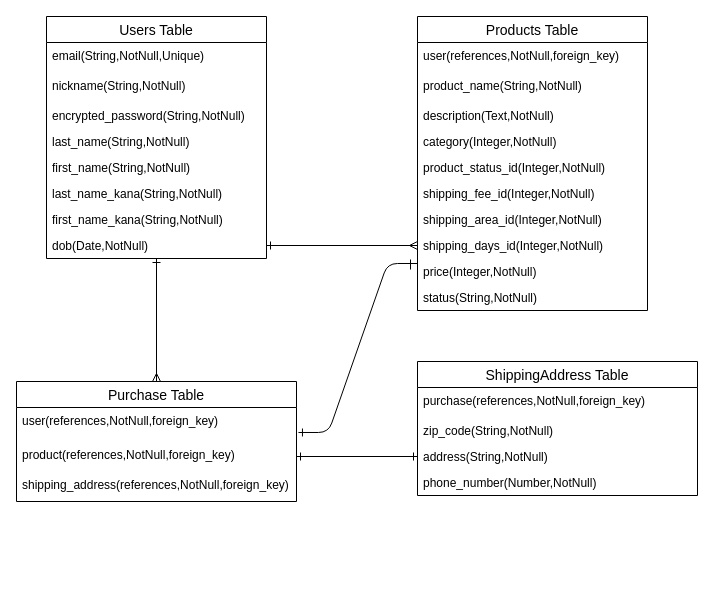
yogurt-mr/furima-38039 keeps this draw.io diagram as er.dio. Above is the earlier version. Source tidied: cells renumbered, new cells numbered last; positions are measured from the earlier drawing's top-left corner, leaving out a move shared by most shapes. Both pictures are drawn from the tidied source at 100%, with x=0, y=0 at pixel (16, 16).
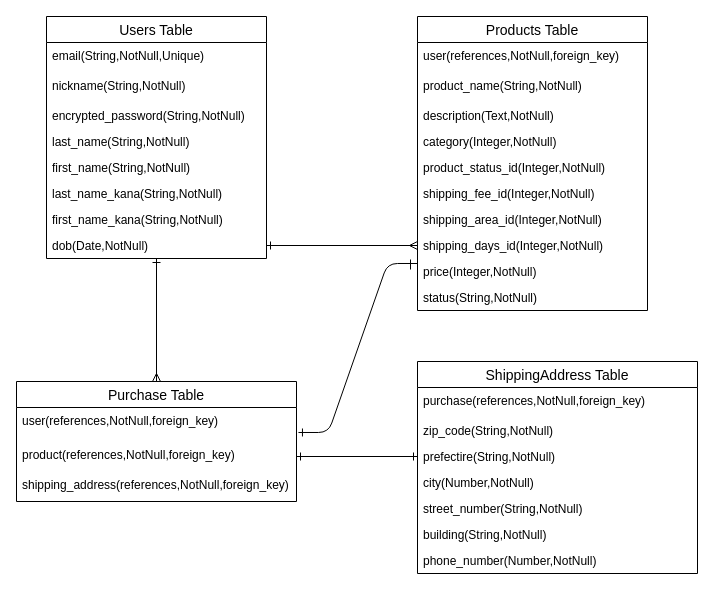
After the change.

Commit message (it also covers changes not shown here):
er図、READMEレビュー結果反映

Change to the diagram source:
```diff
@@
     <mxCell id="32" value="ShippingAddress Table" style="swimlane;fontStyle=0;horizontal=1;startSize=26;align=center;fontSize=14;" parent="1" vertex="1">
-      <mxGeometry x="401" y="345" width="280" height="134" as="geometry" />
+      <mxGeometry x="401" y="345" width="280" height="212" as="geometry" />
     </mxCell>
@@
-    <mxCell id="35" value="address(String,NotNull)" style="text;strokeColor=none;fillColor=none;spacingLeft=4;spacingRight=4;overflow=hidden;points=[[0,0.5],[1,0.5]];portConstraint=eastwest;fontSize=12;" parent="32" vertex="1">
+    <mxCell id="35" value="prefectire(String,NotNull)" style="text;strokeColor=none;fillColor=none;spacingLeft=4;spacingRight=4;overflow=hidden;points=[[0,0.5],[1,0.5]];portConstraint=eastwest;fontSize=12;" parent="32" vertex="1">
       <mxGeometry y="82" width="280" height="26" as="geometry" />
     </mxCell>
-    <mxCell id="36" value="phone_number(Number,NotNull)" style="text;strokeColor=none;fillColor=none;spacingLeft=4;spacingRight=4;overflow=hidden;fontSize=12;" parent="32" vertex="1">
+    <mxCell id="36" value="city(Number,NotNull)" style="text;strokeColor=none;fillColor=none;spacingLeft=4;spacingRight=4;overflow=hidden;fontSize=12;" parent="32" vertex="1">
       <mxGeometry y="108" width="280" height="26" as="geometry" />
     </mxCell>
+    <mxCell id="39" value="street_number(String,NotNull)" style="text;strokeColor=none;fillColor=none;spacingLeft=4;spacingRight=4;overflow=hidden;fontSize=12;" parent="32" vertex="1">
+      <mxGeometry y="134" width="280" height="26" as="geometry" />
+    </mxCell>
+    <mxCell id="40" value="building(String,NotNull)" style="text;strokeColor=none;fillColor=none;spacingLeft=4;spacingRight=4;overflow=hidden;fontSize=12;" parent="32" vertex="1">
+      <mxGeometry y="160" width="280" height="26" as="geometry" />
+    </mxCell>
+    <mxCell id="41" value="phone_number(Number,NotNull)" style="text;strokeColor=none;fillColor=none;spacingLeft=4;spacingRight=4;overflow=hidden;fontSize=12;" parent="32" vertex="1">
+      <mxGeometry y="186" width="280" height="26" as="geometry" />
+    </mxCell>
```
